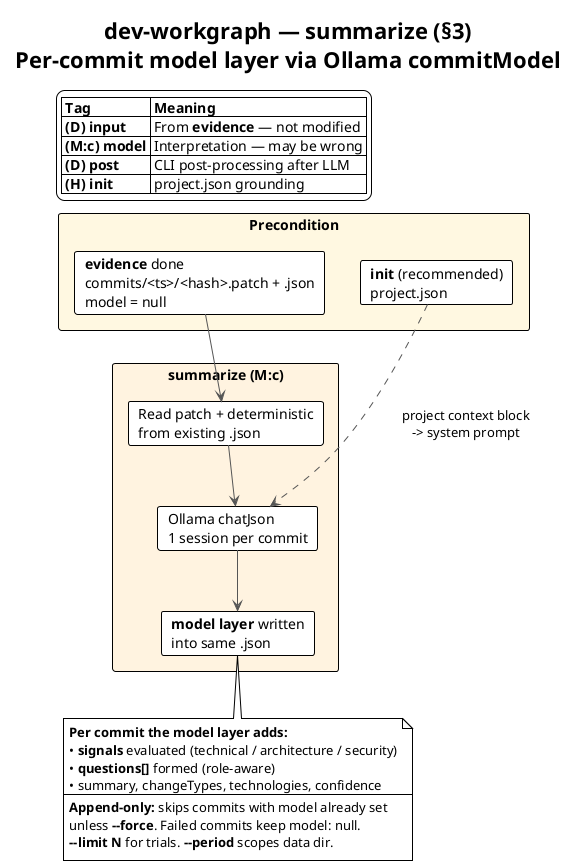
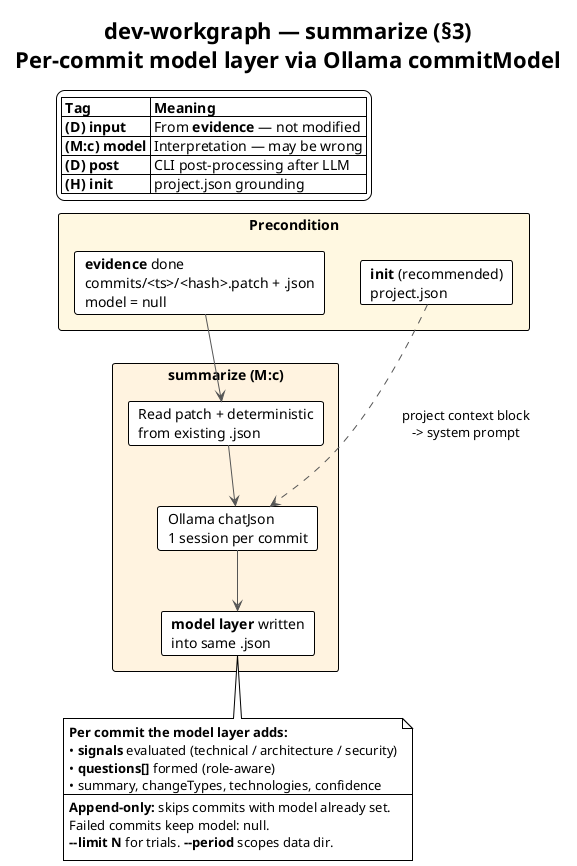
@startuml summarize-overview
!theme plain
skinparam shadowing false
skinparam ArrowColor #555555

title dev-workgraph — **summarize** (§3)\nPer-commit **model layer** via Ollama **commitModel**

legend top left
  |= Tag |= Meaning |
  | **(D) input** | From **evidence** — not modified |
  | **(M:c) model** | Interpretation — may be wrong |
  | **(D) post** | CLI post-processing after LLM |
  | **(H) init** | project.json grounding |
endlegend

rectangle "**Precondition**" #FFF8E1 {
  card "**evidence** done\ncommits/<ts>/<hash>.patch + .json\nmodel = null" as EVID
  card "**init** (recommended)\nproject.json" as INIT
}

rectangle "**summarize (M:c)**" #FFF3E0 {
  card "Read patch + deterministic\nfrom existing .json" as IN
  card "Ollama chatJson\n1 session per commit" as LLM
  card "**model layer** written\ninto same .json" as OUT
}

EVID --> IN
INIT ..> LLM : project context block\n-> system prompt
IN --> LLM
LLM --> OUT

note bottom of OUT
  **Per commit the model layer adds:**
  • **signals** evaluated (technical / architecture / security)
  • **questions[]** formed (role-aware)
  • summary, changeTypes, technologies, confidence
  ----
-   **Append-only:** skips commits with model already set
-   unless **--force**. Failed commits keep model: null.
+   **Append-only:** skips commits with model already set.
+   Failed commits keep model: null.
  **--limit N** for trials. **--period** scopes data dir.
end note

@enduml


@startuml summarize-command
!theme plain
skinparam shadowing false
skinparam ActivityBorderColor #888888
skinparam NoteBackgroundColor #FFF3E0

title **summarize** — Full command flow

start

:Resolve repo → repo-id;\ncommits dir = commits/ or periods/<id>/commits/;

:List all commits/**/*.json;

if (None found?) then (yes)
  #Pink:Run **evidence** first;
  stop
else (no)
endif

:Pick **commitModel** (Ollama);\n--model overrides;\nsaved in config.ollama.commitModel;

:loadProjectContext(repo [, period]);
note right
  Prefer periods/<id>/project.json,
  fallback to repo-level project.json
end note

if (project.json missing?) then (yes)
  #FFF9C4:⚠️ Warn;\nempty project context block;
else (no)
  :Build projectContextBlock → prepend to system;
endif

:system = projectContextBlock + COMMIT_SUMMARY_SYSTEM;

:Build **pending** list;
note right
-   Skip if record.model set (unless --force)
+   Skip if record.model set (append-only)
  Optional --limit N on pending slice
end note

if (pending empty?) then (yes)
  stop
else (no)
endif

partition "Per commit" {
  :Read .json record + sibling .patch;

  :buildCommitUserPrompt(record, patch);
  note right
    Truncate patch at **16000 chars** if needed
    → provenance.patchTruncated
  end note

  repeat
    :Ollama POST /api/chat\nformat = modelJsonSchema();
    :extract JSON from response\n(parse fences / prose);
    :schema-validate parsed object;
  repeat while (fail?) is (yes)
  ->no;
  note right: Up to **3 attempts** with backoff\n(HTTP, parse, validation)

  if (All attempts failed?) then (yes)
    :Log failed;\n**model stays null**;
  else (success)
    :Evaluate **signals** + **questions[]**\nfrom model JSON output;
    :**enforceSignalReasons** (D post);
    :Attach **provenance** (D post):\nmodel, generatedAt, patchTruncated;
    :Write model into .json;\n**deterministic unchanged**;
  endif
}

#LightGreen:✅ Summarized N, failed M;

stop

@enduml


@startuml summarize-model-layer
!theme plain
skinparam shadowing false
skinparam classBackgroundColor #FAFAFA

title **ModelLayer** — complete schema (§3)\nWritten into commits/<ts>/<hash>.json · interpretation, not evidence

class "CommitRecord\n(after summarize)" as CR {
  commitHash, timestamp, title, author
  deterministic : DeterministicLayer **(D, unchanged)**
  model : ModelLayer **(M:c)**
}

class "ModelLayer\n**(M:c) — from Ollama**" as MOD #FFF3E0 {
  ..
  **Narrative**
  --
  **summary** : string
  Plain-language WHAT the diff changed.
  NOT importance, impact, or production use.
  PATCH is source of truth, not commit message.
  ROUTINE_RULE: deps/CI/format → name plainly,
  no version numbers; substantive only if mixed.
  --
  **changeTypes[]** : enum tags
  feature | bugfix | refactoring | security
  | infrastructure | testing | configuration
  | developer-tooling | architecture
  | documentation | deployment
  (zero or more)
  --
  **technologies[]** : string[]
  Languages, frameworks, tools, protocols
  **visible in the patch only** — no guessing.
  --
  ..
  **Signals** (low | medium | high only)
  --
  **technicalSignal**
  Technical depth / complexity of the change
  --
  **architectureSignal**
  Effect on structure, boundaries, modules,
  system design
  --
  **securitySignal**
  Authn, authz, identity, data protection,
  permissions, platform security
  --
  **signalReasons** { technical, architecture, security }
  One-line justification **grounded in patch**.
  Required when signal ≠ low.
  --
  ..
  **Missing context (primary output)**
  --
  **questions[]** : string[]
  What a human must answer — Git cannot know.
  Framed by **role** (via project context).
  Do not repeat story/README facts.
  Unknowns go here, never inferred in summary.
  --
  **confidence** : low | medium | high
  Model's confidence in its own summary
}

class "provenance\n**(D) — CLI attaches**" as PROV #E3F2FD {
  model : Ollama model name used
  generatedAt : ISO timestamp
  patchTruncated : boolean
}

MOD *-- PROV

note right of MOD
  **Not produced by the model** — added after generation.
  On validation failure after 3 retries: entire model layer omitted.
end note

CR *-- MOD

@enduml


@startuml summarize-prompts
!theme plain
skinparam shadowing false

title **summarize** — Prompt assembly\n(system + user -> model JSON)

package "**System prompt**" #FFFDE7 {
  component "projectContextBlock\n(from init, optional)" as CTX
  component "COMMIT_SUMMARY_SYSTEM" as SYS
}

package "**User prompt**\nbuildCommitUserPrompt (D inputs)" #E8F5E9 {
  component "Metadata" as META
  component "Patch body" as PATCH
}

package "**Ollama output**" as OUT #FFF3E0 {
  component "commitModel" as LLM
  [ModelLayer JSON\nschema-validated]
}

note right of CTX
  Developer role
  profile.summary, domains, stack, themes
  story.preparedContext
  Frame questions for role
  Avoid questions background already answers
  NEVER inflate impact because of context
end note

note right of SYS
  Patch = SOURCE OF TRUTH (not commit message)
  summary / technologies / signals / questions rules
  No team / they / we — one developer's commit
  No production / ownership / business impact claims
  ROUTINE_RULE (shared across pipeline)
end note

note right of META
  Commit message — CONTEXT ONLY, may be wrong
  Areas touched (from deterministic)
  Files added / modified / deleted / renamed
  Churn +lines / -lines
end note

note right of PATCH
  diff block (max 16000 chars)
  deterministic layer is read-only input —
  summarize never rewrites changedFiles, areas, churn
end note

CTX --> SYS : withProjectContext()
SYS --> LLM
META --> LLM
PATCH --> LLM

LLM --> OUT

@enduml


@startuml summarize-init-context
!theme plain
skinparam shadowing false

title How **init** shapes the **model layer** (not deterministic)

map "Role -> question emphasis (ROLE_QUESTION_EMPHASIS)" as ROLES {
  Principal Developer => system-wide trade-offs, cross-team boundaries,\nlong-term architectural consequences, org-scale production adoption
  Staff Developer => design ownership across subsystems,\nplatform direction, integration with adjacent systems
  Senior Developer => feature/design ownership, customer or product driver,\nreplacing manual processes, mentoring or review scope
  Junior Developer => assigned vs self-directed work, learning context,\nscope of autonomy, who reviewed or unblocked
}

rectangle "init → project.json" as PJ #FFF8E1
rectangle "Influences via system prompt" as INF #FFFDE7 {
  card "**summary** — interpret patch\nknowing what project is" as S
  card "**questions[]** — role-aware gaps\n(skip story/README facts)" as Q
  card "**NOT** used to inflate signals\nor claim impact" as X
}

PJ --> INF
ROLES ..> Q

note bottom
  Without init: warn + summarize with empty context block.
  Role shapes **which gaps to ask about**, not how impressive work sounds.
end note

@enduml


@startuml summarize-signals
!theme plain
skinparam shadowing false
skinparam NoteBackgroundColor #FFF3E0

title **Signals** — generation, validation, downstream use

rectangle "Model produces (M:c)" as GEN {
  card "technicalSignal" as TS
  card "architectureSignal" as AS
  card "securitySignal" as SS
  card "signalReasons.{technical,\narchitecture, security}" as SR
}

rectangle "**enforceSignalReasons (D post)**" as ENF #E3F2FD {
  card "If signal ≠ low AND reason empty\n→ demote signal to **low**" as R
}

rectangle "Downstream (deterministic)" as DOWN #E8F5E9 {
  card "**tierOf(commit)**\nfor commit-group groups.tiers" as TIER
}

GEN --> ENF
ENF --> DOWN

note as N1
  **Scale:** low < medium < high only — **no numeric scores**
  Non-low **must** cite patch in signalReasons
  model: null → tier **low**
end note

note as N2
  **tierOf rules:**
  • **hi** — at least one signal is high
  • **medium** — at least one medium, none high
  • **low** — all low, OR model is null
  Used by commit-group to weight session history depth
end note

@enduml


@startuml summarize-questions
!theme plain
skinparam shadowing false
skinparam NoteBackgroundColor #FCE4EC

title **questions[]** — primary model output at commit level (§3, §8)

rectangle "**Purpose**" as P {
  card "Recover context Git **cannot** store:\nownership, intent, production use, customer driver"
}

rectangle "**Prompt rules (COMMIT_SUMMARY_SYSTEM)**" as RULES {
  card "Never claim unknowns in summary — put in questions"
  card "Message vs patch mismatch → question the gap"
  card "Role emphasis from projectContextBlock"
  card "Skip facts already in preparedContext / profile"
}

rectangle "**Typical probes**" as EX {
  card "Used in production or experimental?"
  card "Your own design or maintenance of someone else's?"
  card "Customer-driven or internal tooling?"
  card "Part of a security boundary?"
  card "Replacing a manual process?"
}

rectangle "**Downstream**" as DOWN #E3F2FD {
  card "commit-group — session questions\n(merge + reframe)"
  card "report — dedupe across folds"
  card "prepare — collapse to 4 questions"
  card "final — human answers → RECONSTRUCTION.md"
}

P --> RULES
RULES --> EX
EX --> DOWN

note bottom
  **Most important field** in the model layer at this stage.
  Summaries describe *what* changed; questions ask *what Git cannot know*.
end note

@enduml


@startuml summarize-sequence
!theme plain
skinparam shadowing false

title Sequence — **summarize** per commit

actor "Developer" as DEV
database "commits/<ts>/\n.json + .patch" as DISK
database "project.json" as PJ
participant "**summarize**" as SUM
participant "Ollama\ncommitModel" as LLM

- DEV -> SUM : dev-workgraph summarize ./repo\n[--period] [--force] [--limit N]
+ DEV -> SUM : dev-workgraph summarize ./repo\n[--period] [--limit N]

SUM -> DISK : list .json files
SUM -> PJ : loadProjectContext()
alt missing
  SUM --> DEV : ⚠️ no project context
end

loop each pending commit
  SUM -> DISK : read record + patch
  SUM -> SUM : system = context + COMMIT_SUMMARY_SYSTEM\nuser = buildCommitUserPrompt()

  SUM -> LLM : chatJson(schema=modelJsonSchema)
  note right of LLM
    Retries ×3 on HTTP / parse / validation
    Extract JSON from fences or prose
  end note

  alt success
    LLM --> SUM : ModelLayer fields
    SUM -> SUM : enforceSignalReasons()\n+ provenance
    SUM -> DISK : update .json (model filled)\ndeterministic untouched
  else failure
    SUM --> DEV : failed — model stays null
  end
end

SUM --> DEV : ✅ summarized N, failed M

@enduml


@startuml summarize-example
!theme plain
skinparam shadowing false

title Example — commit record **after summarize** (§3)

object "commits/1717428123/b0648088.json" as REC #FFF3E0 {
  commitHash = "b0648088"
  title = "Production build and deployment automation"
  ..
  **deterministic (D — from evidence)**
  changedFiles.added = [assembly/production.xml, backend/build.sh, …]
  linesAdded = 214 · linesDeleted = 18
  areas = [backend, build-and-deploy]
  excludedFiles = [backend/package-lock.json]
  ..
  **model (M:c — from summarize)**
  summary = "Added Maven build profiles, ZIP assembly, …"
  changeTypes = [infrastructure, deployment, developer-tooling]
  technologies = [Maven, Node.js, …]
  technicalSignal = medium
  architectureSignal = medium
  securitySignal = low
  signalReasons.technical = "Introduces build tooling across Maven and Node…"
  signalReasons.architecture = "Defines deployment boundary and packaging…"
  signalReasons.security = "No auth/identity code touched."
  questions = [
    "Was this used for real production deployment, or experimental?",
    "Did this replace a manual deployment process?",
    "Was this your own work or a shared team effort?"
  ]
  confidence = medium
  provenance.model = "qwen2.5-coder:14b"
  provenance.patchTruncated = false
}

note bottom of REC
  deterministic = evidence (trustworthy)
  model = interpretation (may be wrong; cite patch in signals)
  questions = missing human context (primary product seed)
end note

@enduml


@startuml summarize-trust-boundary
!theme plain
skinparam shadowing false

title **summarize** — what stays **(D)** vs what the **model** adds

legend left
  **Stays unchanged (from evidence)**
  ----
  deterministic.* (files, churn, areas, excludedFiles)
  .patch file on disk
  commitHash, timestamp, title, author
  ----
  **Added by summarize (M:c)**
  ----
  summary, changeTypes[], technologies[]
  technical / architecture / security signals
  signalReasons (patch-grounded)
  questions[] (role-aware)
  confidence
  provenance (CLI)
endlegend

note bottom
  Init context affects **prompt only** — never rewrites deterministic fields.
  ROUTINE upkeep: named plainly in summary, not detailed (no version numbers).
  Production / ownership / impact: **never inferred** — only asked in questions.
end note

@enduml
